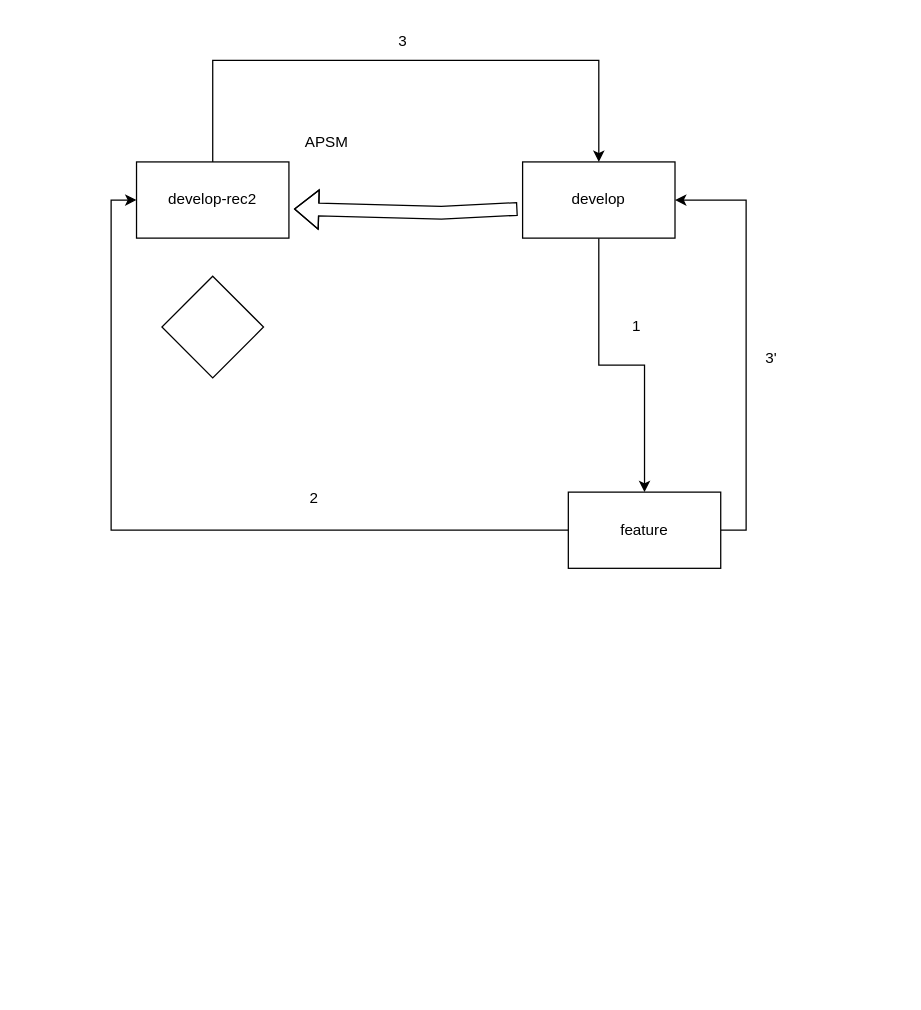
Earlier version of the draw.io diagram page "Page-12" (12 of 12) of Untitled Diagram.drawio (omargit1/Diagrams). Source tidied: cells renumbered, new cells numbered last; positions are measured from the earlier drawing's top-left corner, leaving out a move shared by most shapes. Both pictures are drawn from the tidied source at 127%, with x=0, y=0 at pixel (136, 22).
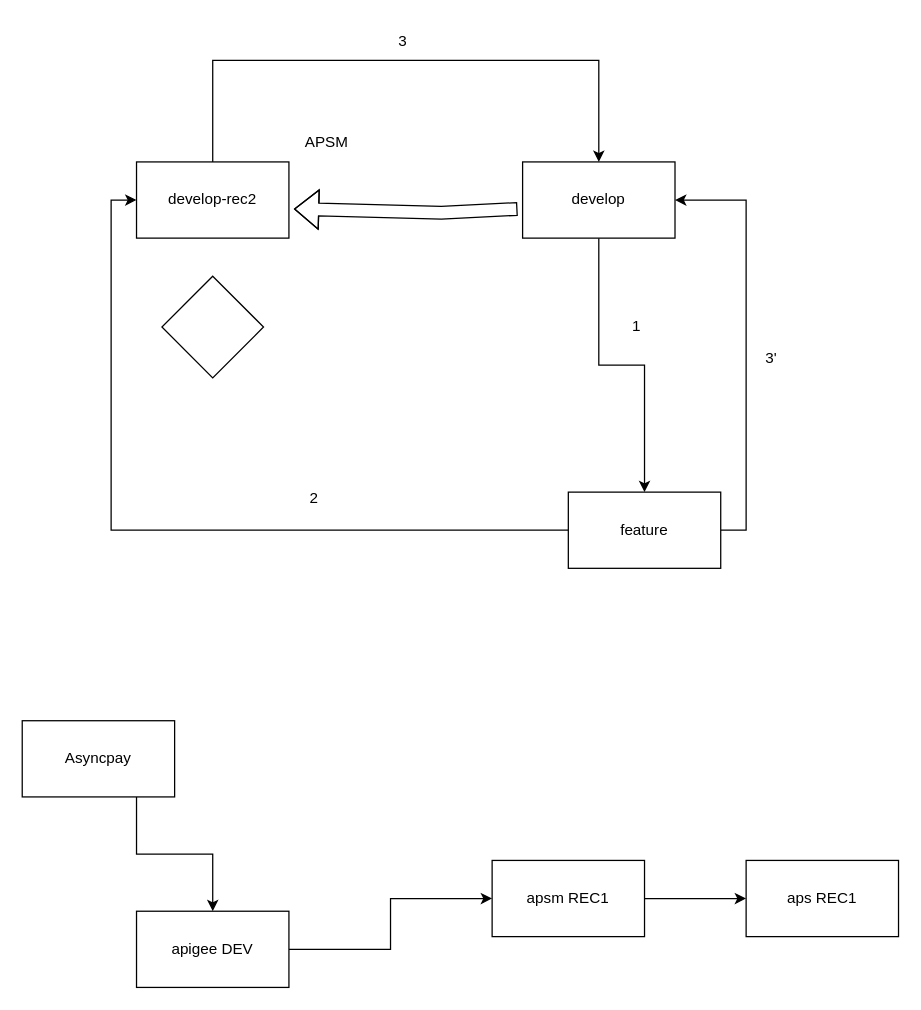
The same page after the edit.

What changed in the source:
```diff
@@
+    <mxCell id="16" style="edgeStyle=orthogonalEdgeStyle;rounded=0;jettySize=auto;html=1;exitX=0.75;exitY=1;exitDx=0;exitDy=0;" parent="1" edge="1" source="17" target="19">
+      <mxGeometry relative="1" as="geometry" />
+    </mxCell>
+    <mxCell id="17" value="Asyncpay" style="rounded=0;whiteSpace=wrap;html=1;" parent="1" vertex="1">
+      <mxGeometry x="-90" y="550" width="120" height="60" as="geometry" />
+    </mxCell>
+    <mxCell id="18" style="edgeStyle=orthogonalEdgeStyle;rounded=0;jettySize=auto;html=1;exitX=1;exitY=0.5;exitDx=0;exitDy=0;entryX=0;entryY=0.5;entryDx=0;entryDy=0;" parent="1" edge="1" source="19" target="21">
+      <mxGeometry relative="1" as="geometry" />
+    </mxCell>
+    <mxCell id="19" value="apigee DEV" style="rounded=0;whiteSpace=wrap;html=1;" parent="1" vertex="1">
+      <mxGeometry y="700" width="120" height="60" as="geometry" />
+    </mxCell>
+    <mxCell id="20" style="edgeStyle=orthogonalEdgeStyle;rounded=0;jettySize=auto;html=1;exitX=1;exitY=0.5;exitDx=0;exitDy=0;entryX=0;entryY=0.5;entryDx=0;entryDy=0;" parent="1" edge="1" source="21" target="22">
+      <mxGeometry relative="1" as="geometry" />
+    </mxCell>
+    <mxCell id="21" value="apsm REC1" style="rounded=0;whiteSpace=wrap;html=1;" parent="1" vertex="1">
+      <mxGeometry x="280" y="660" width="120" height="60" as="geometry" />
+    </mxCell>
+    <mxCell id="22" value="aps REC1" style="rounded=0;whiteSpace=wrap;html=1;" parent="1" vertex="1">
+      <mxGeometry x="480" y="660" width="120" height="60" as="geometry" />
+    </mxCell>
```
